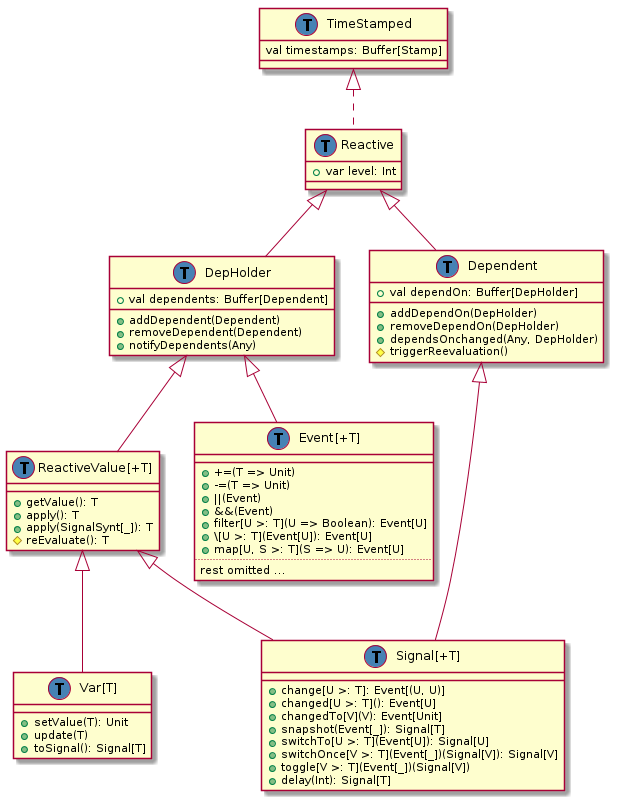
Earlier version of the PlantUML export doc/class-hierarchy/post-refactoring-may-14.png (rescala-lang/REScala).
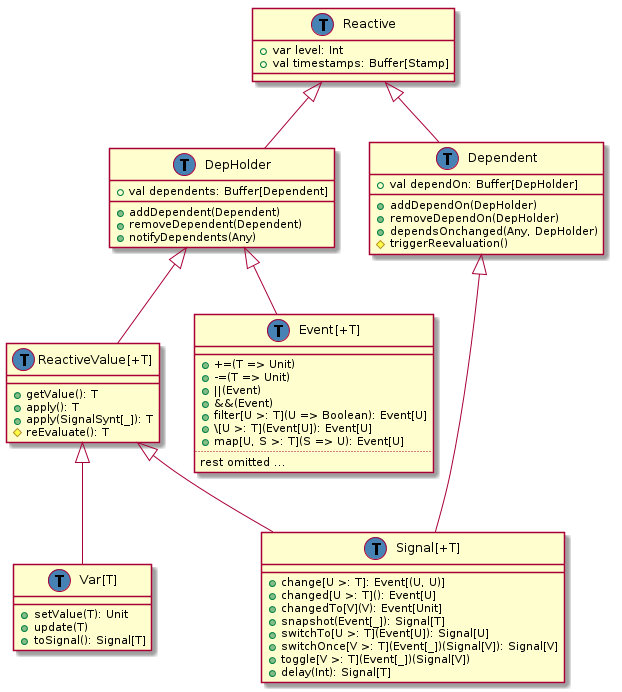
Later version of the same file.

Commit message:
Remove TimeStamped trait

Move timestamps val into Reactive trait.

What changed in the source:
```diff
@@ -1,8 +1,8 @@
 @startuml
 class Reactive {
   +var level: Int
+  +val timestamps: Buffer[Stamp]
 }
-TimeStamped <|.. Reactive
 
 class DepHolder extends Reactive {
   +val dependents: Buffer[Dependent]
@@ -65,16 +65,11 @@
   rest omitted ...
 }
 
-class TimeStamped {
-  val timestamps: Buffer[Stamp]
-}
-
 class Signal << (T,#4682b4) >>
 class Var << (T,#4682b4) >>
 class DepHolder << (T,#4682b4) >>
 class Dependent << (T,#4682b4) >>
 class Reactive << (T,#4682b4) >>
 class Event << (T,#4682b4) >>
-class TimeStamped << (T,#4682b4) >>
 class ReactiveValue << (T,#4682b4) >>
 @enduml
```
